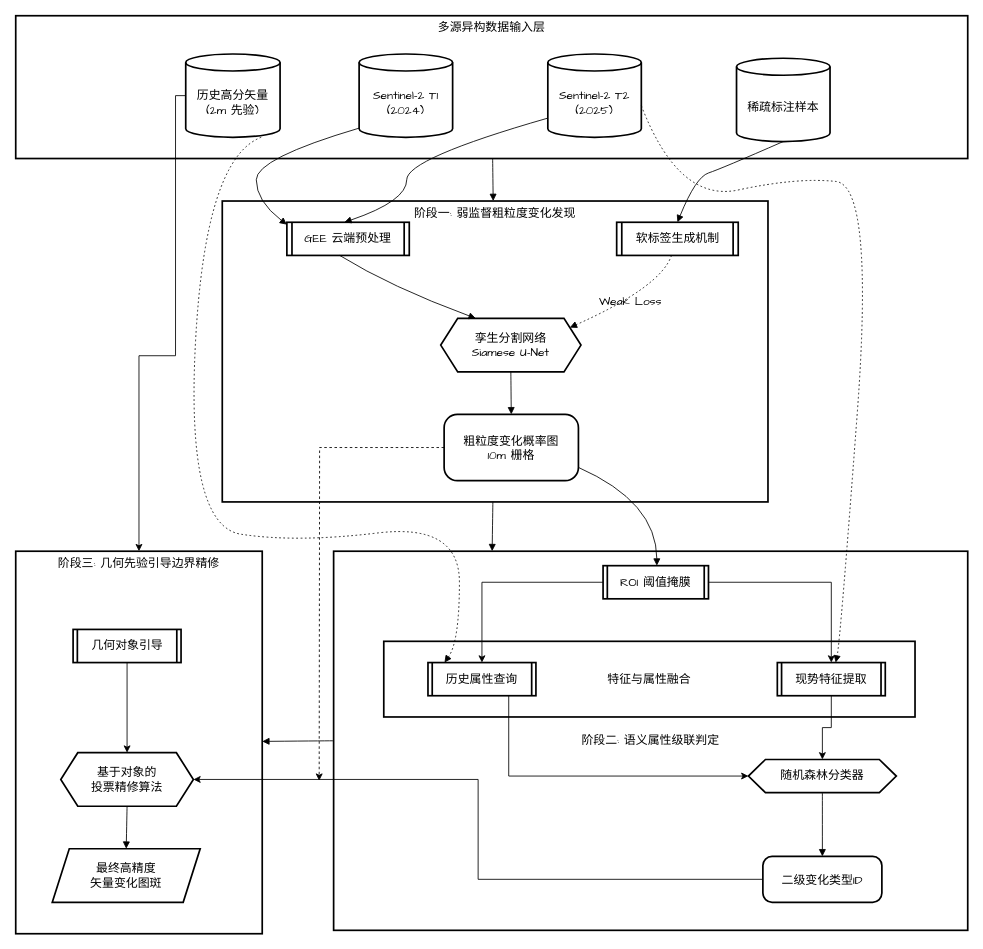
jayzky/GEE-code keeps this draw.io diagram as 主图.drawio. Above is the earlier version. Source tidied: cells renumbered, new cells numbered last; positions are measured from the earlier drawing's top-left corner, leaving out a move shared by most shapes. Both pictures are drawn from the tidied source at 85%, with x=0, y=0 at pixel (15, 15).
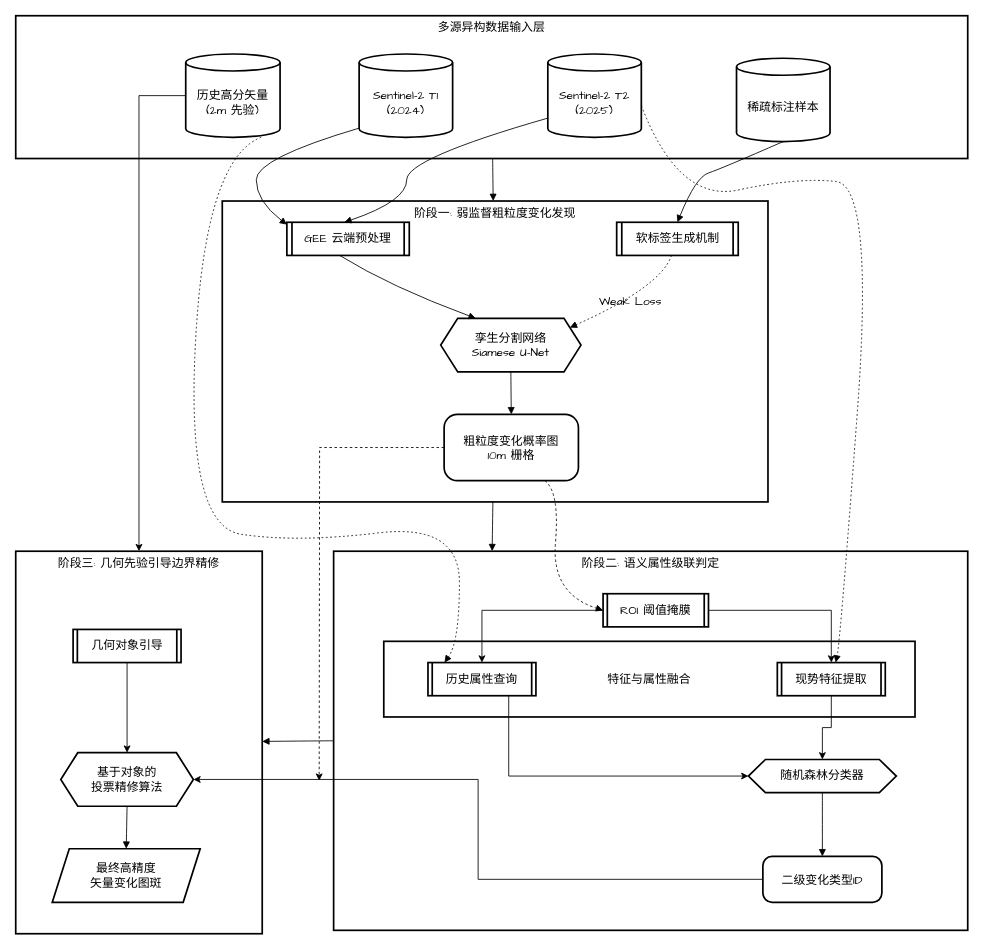
Above is the later version.

Unchanged cells that the change refers to:
```xml
<mxCell id="2" value="阶段三: 几何先验引导边界精修" style="whiteSpace=wrap;strokeWidth=2;labelBackgroundColor=none;fontFamily=Comic Sans MS;verticalAlign=top;fontSize=14;" parent="1" vertex="1">
  <mxGeometry y="630" width="290" height="450" as="geometry" />
</mxCell>
<mxCell id="10" value="历史高分矢量&#10;(2m 先验)" style="shape=cylinder3;boundedLbl=1;backgroundOutline=1;size=10;strokeWidth=2;whiteSpace=wrap;labelBackgroundColor=none;fontFamily=Comic Sans MS;fontSize=14;" parent="1" vertex="1">
  <mxGeometry x="200" y="45" width="111" height="98" as="geometry" />
</mxCell>
<mxCell id="16" value="粗粒度变化概率图&#10;10m 栅格" style="rounded=1;arcSize=20;strokeWidth=2;labelBackgroundColor=none;fontFamily=Comic Sans MS;fontSize=14;" parent="1" vertex="1">
  <mxGeometry x="504" y="469" width="158" height="78" as="geometry" />
</mxCell>
```

The edit, as a diff of the source:
```diff
@@
-    <mxCell id="3" value="阶段二: 语义属性级联判定" style="whiteSpace=wrap;strokeWidth=2;labelBackgroundColor=none;fontFamily=Comic Sans MS;fontSize=14;" parent="1" vertex="1">
+    <mxCell id="3" value="阶段二: 语义属性级联判定" style="whiteSpace=wrap;strokeWidth=2;labelBackgroundColor=none;fontFamily=Comic Sans MS;fontSize=14;verticalAlign=top;align=center;labelPosition=center;verticalLabelPosition=middle;" parent="1" vertex="1">
       <mxGeometry x="374" y="630" width="746" height="446" as="geometry" />
     </mxCell>
@@
     <mxCell id="9" style="edgeStyle=orthogonalEdgeStyle;rounded=0;jettySize=auto;html=1;entryX=0.5;entryY=0;entryDx=0;entryDy=0;fontFamily=Comic Sans MS;fontSize=14;" parent="1" edge="1" source="10" target="2">
       <mxGeometry relative="1" as="geometry">
         <Array as="points">
-          <mxPoint x="188" y="400" />
-          <mxPoint x="145" y="400" />
+          <mxPoint x="145" y="94" />
         </Array>
       </mxGeometry>
     </mxCell>
@@
     <mxCell id="19" value="ROI 阈值掩膜" style="strokeWidth=2;shape=process;whiteSpace=wrap;size=0.04;labelBackgroundColor=none;fontFamily=Comic Sans MS;fontSize=14;" parent="1" vertex="1">
-      <mxGeometry x="691" y="647" width="124" height="39" as="geometry" />
+      <mxGeometry x="691" y="680" width="124" height="39" as="geometry" />
     </mxCell>
@@
-    <mxCell id="37" style="curved=1;startArrow=none;endArrow=block;exitX=1;exitY=0.8;entryX=0.51;entryY=0.01;rounded=0;labelBackgroundColor=none;fontColor=default;fontFamily=Comic Sans MS;fontSize=14;" parent="1" edge="1" source="16" target="19">
+    <mxCell id="37" style="curved=1;startArrow=none;endArrow=block;exitX=0.75;exitY=1;entryX=0;entryY=0.5;rounded=0;labelBackgroundColor=none;fontColor=default;fontFamily=Comic Sans MS;fontSize=14;dashed=1;entryDx=0;entryDy=0;exitDx=0;exitDy=0;" parent="1" edge="1" source="16" target="19">
       <mxGeometry relative="1" as="geometry">
         <Array as="points">
-          <mxPoint x="754" y="572" />
+          <mxPoint x="640" y="560" />
+          <mxPoint x="630" y="680" />
         </Array>
       </mxGeometry>
     </mxCell>
```
